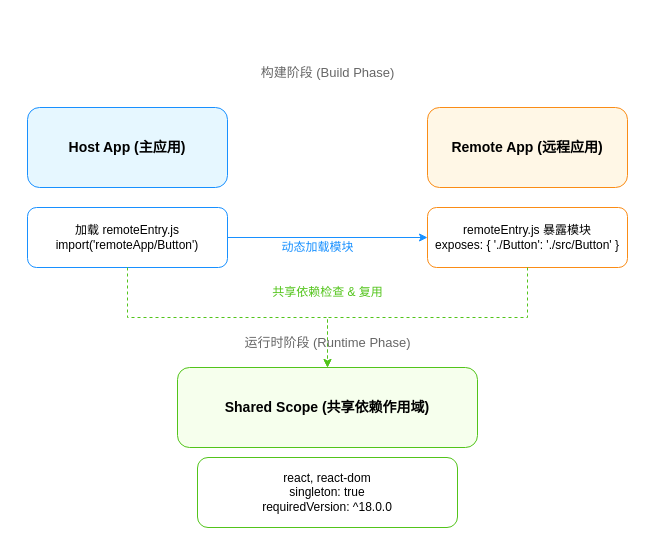
Above: Untitled Diagram.drawio in ZYLBless/personal (draw.io), before the change. Source tidied: cells renumbered, new cells numbered last; positions are measured from the earlier drawing's top-left corner, leaving out a move shared by most shapes. Both pictures are drawn from the tidied source at 100%, with x=0, y=0 at pixel (27, 57).
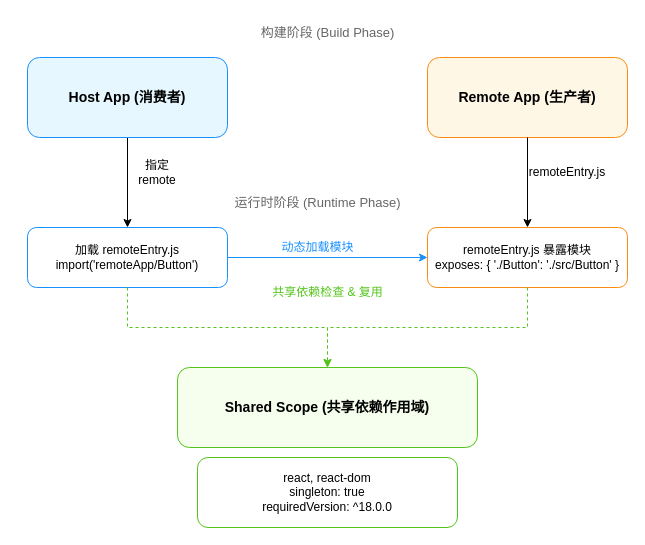
The same page after the edit.

Change to the diagram source:
```diff
@@
 <mxGraphModel>
   <root>
     <mxCell id="0" />
     <mxCell id="1" parent="0" />
+    <mxCell id="15" style="edgeStyle=orthogonalEdgeStyle;rounded=0;jettySize=auto;html=1;entryX=0.5;entryY=0;entryDx=0;entryDy=0;" parent="1" edge="1" source="2" target="3">
+      <mxGeometry relative="1" as="geometry" />
+    </mxCell>
-    <mxCell id="2" value="Host App (主应用)" style="rounded=1;whiteSpace=wrap;html=1;fillColor=#E6F7FF;strokeColor=#1890FF;fontSize=14;fontStyle=1;" parent="1" vertex="1">
-      <mxGeometry y="50" width="200" height="80" as="geometry" />
+    <mxCell id="2" value="Host App (消费者)" style="rounded=1;whiteSpace=wrap;html=1;fillColor=#E6F7FF;strokeColor=#1890FF;fontSize=14;fontStyle=1;" parent="1" vertex="1">
+      <mxGeometry width="200" height="80" as="geometry" />
     </mxCell>
     <mxCell id="3" value="加载 remoteEntry.js&#10;import('remoteApp/Button')" style="rounded=1;whiteSpace=wrap;html=1;fillColor=#FFFFFF;strokeColor=#1890FF;fontSize=12;" parent="1" vertex="1">
-      <mxGeometry y="150" width="200" height="60" as="geometry" />
+      <mxGeometry y="170" width="200" height="60" as="geometry" />
     </mxCell>
-    <mxCell id="4" value="Remote App (远程应用)" style="rounded=1;whiteSpace=wrap;html=1;fillColor=#FFF7E6;strokeColor=#FA8C16;fontSize=14;fontStyle=1;" parent="1" vertex="1">
-      <mxGeometry x="400" y="50" width="200" height="80" as="geometry" />
+    <mxCell id="4" value="Remote App (生产者)" style="rounded=1;whiteSpace=wrap;html=1;fillColor=#FFF7E6;strokeColor=#FA8C16;fontSize=14;fontStyle=1;" parent="1" vertex="1">
+      <mxGeometry x="400" width="200" height="80" as="geometry" />
     </mxCell>
     <mxCell id="5" value="remoteEntry.js 暴露模块&#10;exposes: { './Button': './src/Button' }" style="rounded=1;whiteSpace=wrap;html=1;fillColor=#FFFFFF;strokeColor=#FA8C16;fontSize=12;" parent="1" vertex="1">
-      <mxGeometry x="400" y="150" width="200" height="60" as="geometry" />
+      <mxGeometry x="400" y="170" width="200" height="60" as="geometry" />
     </mxCell>
     <mxCell id="6" value="Shared Scope (共享依赖作用域)" style="rounded=1;whiteSpace=wrap;html=1;fillColor=#F6FFED;strokeColor=#52C41A;fontSize=14;fontStyle=1;" parent="1" vertex="1">
       <mxGeometry x="150" y="310" width="300" height="80" as="geometry" />
     </mxCell>
     <mxCell id="7" value="react, react-dom&#10;singleton: true&#10;requiredVersion: ^18.0.0" style="rounded=1;whiteSpace=wrap;html=1;fillColor=#FFFFFF;strokeColor=#52C41A;fontSize=12;" parent="1" vertex="1">
       <mxGeometry x="170" y="400" width="260" height="70" as="geometry" />
     </mxCell>
     <mxCell id="8" style="edgeStyle=orthogonalEdgeStyle;rounded=0;jettySize=auto;html=1;strokeColor=#1890FF;" parent="1" edge="1" source="3" target="5">
       <mxGeometry relative="1" as="geometry" />
     </mxCell>
     <mxCell id="9" style="edgeStyle=orthogonalEdgeStyle;rounded=0;jettySize=auto;html=1;strokeColor=#52C41A;dashed=1;" parent="1" edge="1" source="3" target="6">
       <mxGeometry relative="1" as="geometry" />
     </mxCell>
     <mxCell id="10" style="edgeStyle=orthogonalEdgeStyle;rounded=0;jettySize=auto;html=1;strokeColor=#52C41A;dashed=1;" parent="1" edge="1" source="5" target="6">
       <mxGeometry relative="1" as="geometry" />
     </mxCell>
     <mxCell id="11" value="构建阶段 (Build Phase)" style="text;html=1;align=center;verticalAlign=middle;fontSize=13;fontColor=#666666;" parent="1" vertex="1">
-      <mxGeometry width="600" height="30" as="geometry" />
+      <mxGeometry y="-40" width="600" height="30" as="geometry" />
     </mxCell>
     <mxCell id="12" value="运行时阶段 (Runtime Phase)" style="text;html=1;align=center;verticalAlign=middle;fontSize=13;fontColor=#666666;" parent="1" vertex="1">
-      <mxGeometry y="270" width="600" height="30" as="geometry" />
+      <mxGeometry x="-10" y="130" width="600" height="30" as="geometry" />
     </mxCell>
     <mxCell id="13" value="动态加载模块" style="text;html=1;align=center;verticalAlign=middle;fontSize=12;fontColor=#1890FF;rotation=0;" parent="1" vertex="1">
       <mxGeometry x="215" y="175" width="150" height="30" as="geometry" />
     </mxCell>
     <mxCell id="14" value="共享依赖检查 &amp; 复用" style="text;html=1;align=center;verticalAlign=middle;fontSize=12;fontColor=#52C41A;" parent="1" vertex="1">
       <mxGeometry x="210" y="220" width="180" height="30" as="geometry" />
     </mxCell>
+    <mxCell id="16" value="指定remote" style="text;html=1;whiteSpace=wrap;strokeColor=none;fillColor=none;align=center;verticalAlign=middle;rounded=0;" parent="1" vertex="1">
+      <mxGeometry x="100" y="100" width="60" height="30" as="geometry" />
+    </mxCell>
+    <mxCell id="17" style="edgeStyle=orthogonalEdgeStyle;rounded=0;jettySize=auto;html=1;entryX=0.5;entryY=0;entryDx=0;entryDy=0;exitX=0.5;exitY=1;exitDx=0;exitDy=0;" parent="1" edge="1" source="4" target="5">
+      <mxGeometry relative="1" as="geometry" />
+    </mxCell>
+    <mxCell id="18" value="remoteEntry.js" style="text;html=1;whiteSpace=wrap;strokeColor=none;fillColor=none;align=center;verticalAlign=middle;rounded=0;" parent="1" vertex="1">
+      <mxGeometry x="510" y="100" width="60" height="30" as="geometry" />
+    </mxCell>
   </root>
 </mxGraphModel>
```
